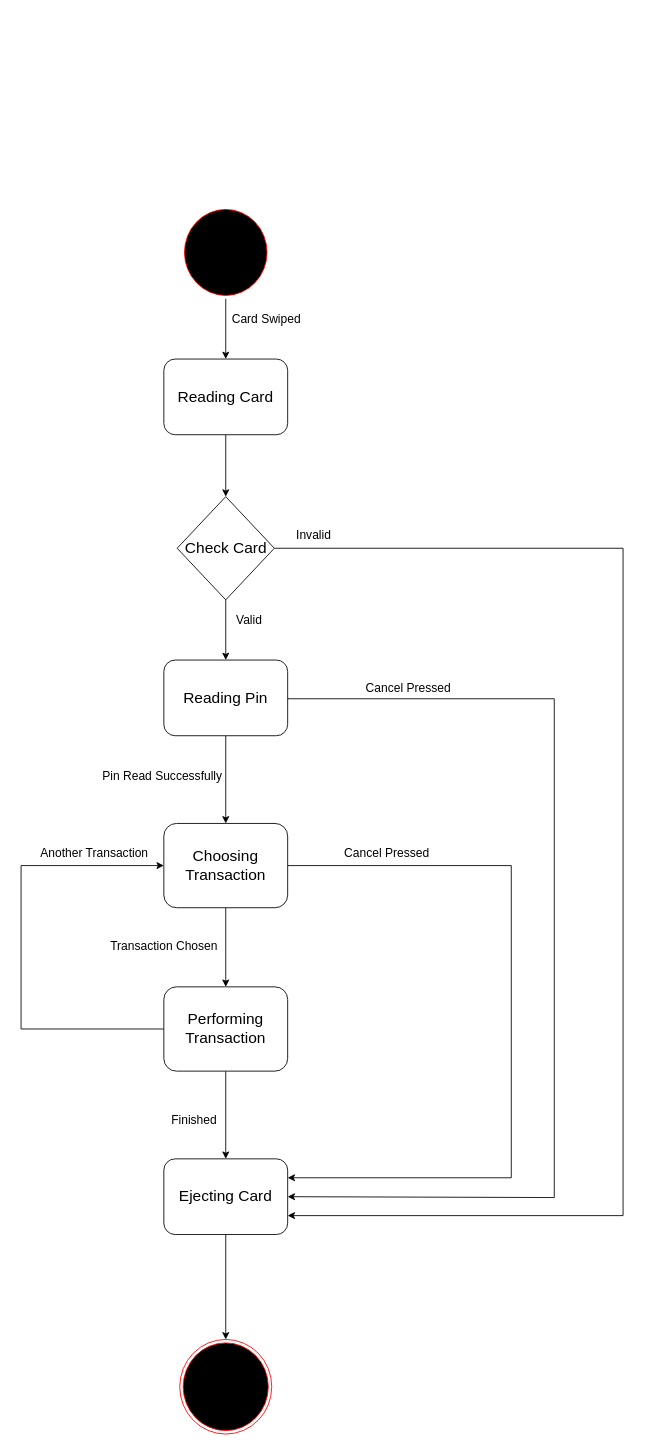
Before: Atm System.drawio in CRAZY-BRITI/State_Diagram, a draw.io diagram. Source tidied: cells renumbered, new cells numbered last; positions are measured from the earlier drawing's top-left corner, leaving out a move shared by most shapes. Both pictures are drawn from the tidied source at 86%, with x=0, y=0 at pixel (21, 206).
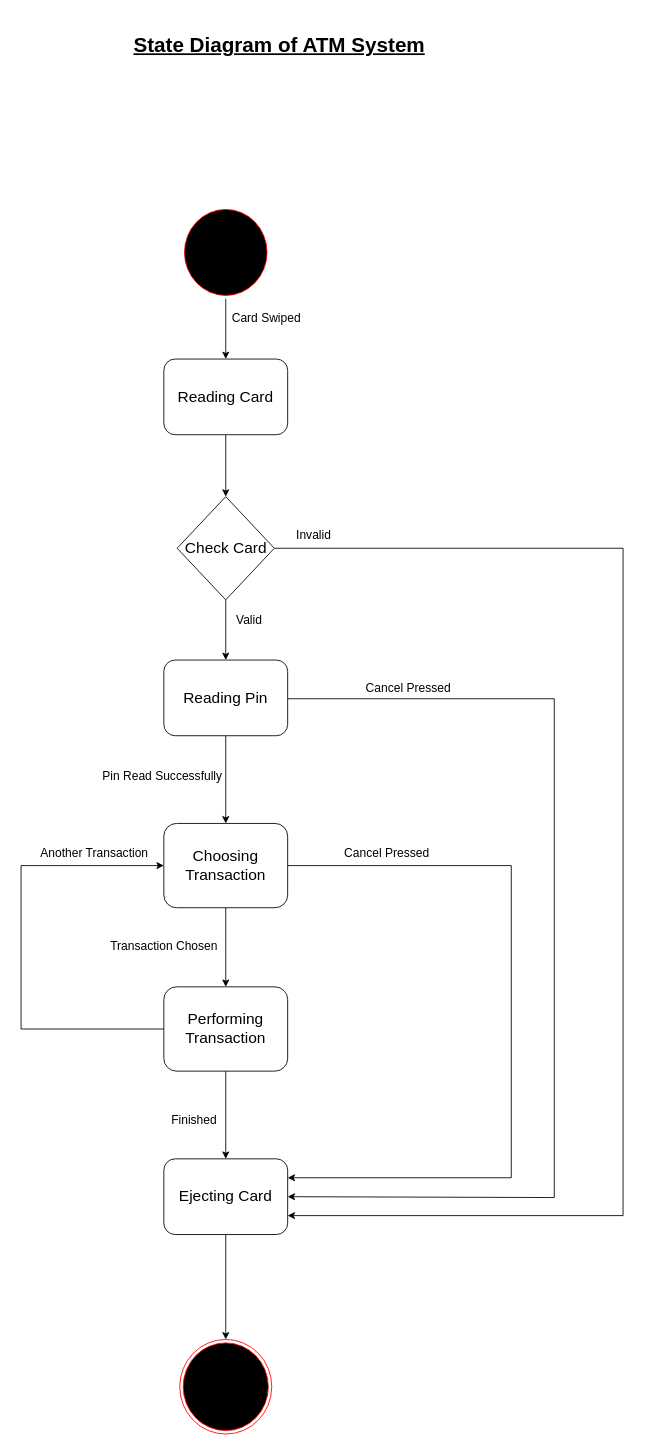
The same page after the edit.

Change to the diagram source:
```diff
@@
+    <mxCell id="30" value="&lt;u&gt;State Diagram of ATM System&lt;/u&gt;" style="text;strokeColor=none;fillColor=none;html=1;fontSize=24;fontStyle=1;verticalAlign=middle;align=center;" parent="1" vertex="1">
+      <mxGeometry x="120" y="-222" width="360" height="70" as="geometry" />
+    </mxCell>
```
